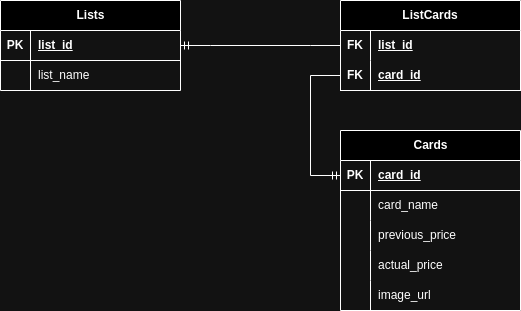
Before: database/main/Main database diagram.png, a diagram exported from draw.io (typsoon/MTGspot-scrapper). Source tidied: cells renumbered, new cells last; positions are measured from the earlier drawing's top-left corner, leaving out a move shared by most shapes.
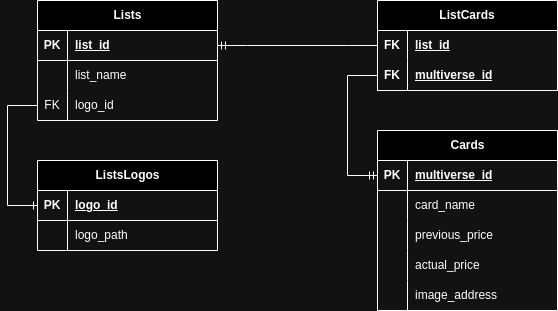
The same file after the commit.

Change to the diagram source:
```diff
@@ -3,7 +3,7 @@
     <mxCell id="0" />
     <mxCell id="1" parent="0" />
     <mxCell id="2" value="Lists" style="shape=table;startSize=30;rowLines=0;fontStyle=1;align=center;html=1;" parent="1" vertex="1">
-      <mxGeometry width="180" height="90" as="geometry" />
+      <mxGeometry width="180" height="120" as="geometry" />
     </mxCell>
     <mxCell id="3" style="shape=tableRow;horizontal=0;startSize=0;swimlaneHead=0;swimlaneBody=0;fillColor=none;points=[[0,0.5],[1,0.5]];portConstraint=eastwest;top=0;left=0;right=0;bottom=1;" parent="2" vertex="1">
       <mxGeometry y="30" width="180" height="30" as="geometry" />
@@ -23,6 +23,15 @@
     <mxCell id="8" value="list_name" style="shape=partialRectangle;fillColor=none;top=0;left=0;bottom=0;right=0;align=left;spacingLeft=6;overflow=hidden;whiteSpace=wrap;html=1;" parent="6" vertex="1">
       <mxGeometry x="30" width="150" height="30" as="geometry" />
     </mxCell>
+    <mxCell id="34" style="shape=tableRow;horizontal=0;startSize=0;swimlaneHead=0;swimlaneBody=0;fillColor=none;points=[[0,0.5],[1,0.5]];portConstraint=eastwest;top=0;left=0;right=0;bottom=0;" parent="2" vertex="1">
+      <mxGeometry y="90" width="180" height="30" as="geometry" />
+    </mxCell>
+    <mxCell id="35" value="FK" style="shape=partialRectangle;fillColor=none;top=0;left=0;bottom=0;right=0;overflow=hidden;whiteSpace=wrap;html=1;" parent="34" vertex="1">
+      <mxGeometry width="30" height="30" as="geometry" />
+    </mxCell>
+    <mxCell id="36" value="logo_id" style="shape=partialRectangle;fillColor=none;top=0;left=0;bottom=0;right=0;align=left;spacingLeft=6;overflow=hidden;whiteSpace=wrap;html=1;" parent="34" vertex="1">
+      <mxGeometry x="30" width="150" height="30" as="geometry" />
+    </mxCell>
     <mxCell id="9" value="ListCards" style="shape=table;startSize=30;rowLines=0;fontStyle=1;align=center;html=1;whiteSpace=wrap;" parent="1" vertex="1">
       <mxGeometry x="340" width="180" height="90" as="geometry" />
     </mxCell>
@@ -41,7 +50,7 @@
     <mxCell id="14" value="FK" style="shape=partialRectangle;fillColor=none;top=0;left=0;bottom=0;right=0;fontStyle=1;overflow=hidden;html=1;whiteSpace=wrap;" parent="13" vertex="1">
       <mxGeometry width="30" height="30" as="geometry" />
     </mxCell>
-    <mxCell id="15" value="card_id" style="shape=partialRectangle;fillColor=none;top=0;left=0;bottom=0;right=0;align=left;spacingLeft=6;fontStyle=5;overflow=hidden;html=1;whiteSpace=wrap;" parent="13" vertex="1">
+    <mxCell id="15" value="multiverse_id" style="shape=partialRectangle;fillColor=none;top=0;left=0;bottom=0;right=0;align=left;spacingLeft=6;fontStyle=5;overflow=hidden;html=1;whiteSpace=wrap;" parent="13" vertex="1">
       <mxGeometry x="30" width="150" height="30" as="geometry" />
     </mxCell>
     <mxCell id="16" value="Cards" style="shape=table;startSize=30;rowLines=0;fontStyle=1;align=center;html=1;" parent="1" vertex="1">
@@ -53,7 +62,7 @@
     <mxCell id="18" value="PK" style="shape=partialRectangle;fillColor=none;top=0;left=0;bottom=0;right=0;fontStyle=1;overflow=hidden;whiteSpace=wrap;html=1;" parent="17" vertex="1">
       <mxGeometry width="30" height="30" as="geometry" />
     </mxCell>
-    <mxCell id="19" value="card_id" style="shape=partialRectangle;fillColor=none;top=0;left=0;bottom=0;right=0;align=left;spacingLeft=6;fontStyle=5;overflow=hidden;whiteSpace=wrap;html=1;" parent="17" vertex="1">
+    <mxCell id="19" value="multiverse_id" style="shape=partialRectangle;fillColor=none;top=0;left=0;bottom=0;right=0;align=left;spacingLeft=6;fontStyle=5;overflow=hidden;whiteSpace=wrap;html=1;" parent="17" vertex="1">
       <mxGeometry x="30" width="150" height="30" as="geometry" />
     </mxCell>
     <mxCell id="20" style="shape=tableRow;horizontal=0;startSize=0;swimlaneHead=0;swimlaneBody=0;fillColor=none;top=0;left=0;right=0;bottom=0;" parent="16" vertex="1">
@@ -89,7 +98,7 @@
     <mxCell id="30" style="shape=partialRectangle;fillColor=none;top=0;left=0;bottom=0;right=0;overflow=hidden;whiteSpace=wrap;html=1;" parent="29" vertex="1">
       <mxGeometry width="30" height="30" as="geometry" />
     </mxCell>
-    <mxCell id="31" value="image_url" style="shape=partialRectangle;fillColor=none;top=0;left=0;bottom=0;right=0;align=left;spacingLeft=6;overflow=hidden;whiteSpace=wrap;html=1;" parent="29" vertex="1">
+    <mxCell id="31" value="image_address" style="shape=partialRectangle;fillColor=none;top=0;left=0;bottom=0;right=0;align=left;spacingLeft=6;overflow=hidden;whiteSpace=wrap;html=1;" parent="29" vertex="1">
       <mxGeometry x="30" width="150" height="30" as="geometry" />
     </mxCell>
     <mxCell id="32" style="edgeStyle=elbowEdgeStyle;fontSize=12;html=1;endArrow=ERmandOne;rounded=0;entryX=0;entryY=0.5;entryDx=0;entryDy=0;exitX=0;exitY=0.5;exitDx=0;exitDy=0;" parent="1" edge="1" source="13" target="17">
@@ -102,5 +111,34 @@
     <mxCell id="33" style="edgeStyle=entityRelationEdgeStyle;fontSize=12;html=1;endArrow=ERmandOne;rounded=0;entryX=1;entryY=0.5;entryDx=0;entryDy=0;exitX=0;exitY=0.5;exitDx=0;exitDy=0;" parent="1" edge="1" source="10" target="3">
       <mxGeometry relative="1" as="geometry" />
     </mxCell>
+    <mxCell id="37" value="ListsL&lt;span style=&quot;background-color: initial;&quot;&gt;ogos&lt;/span&gt;" style="shape=table;startSize=30;rowLines=0;fontStyle=1;align=center;html=1;" parent="1" vertex="1">
+      <mxGeometry y="160" width="180" height="90" as="geometry" />
+    </mxCell>
+    <mxCell id="38" style="shape=tableRow;horizontal=0;startSize=0;swimlaneHead=0;swimlaneBody=0;fillColor=none;points=[[0,0.5],[1,0.5]];portConstraint=eastwest;top=0;left=0;right=0;bottom=1;" parent="37" vertex="1">
+      <mxGeometry y="30" width="180" height="30" as="geometry" />
+    </mxCell>
+    <mxCell id="39" value="PK" style="shape=partialRectangle;fillColor=none;top=0;left=0;bottom=0;right=0;fontStyle=1;overflow=hidden;whiteSpace=wrap;html=1;" parent="38" vertex="1">
+      <mxGeometry width="30" height="30" as="geometry" />
+    </mxCell>
+    <mxCell id="40" value="logo_id" style="shape=partialRectangle;fillColor=none;top=0;left=0;bottom=0;right=0;align=left;spacingLeft=6;fontStyle=5;overflow=hidden;whiteSpace=wrap;html=1;" parent="38" vertex="1">
+      <mxGeometry x="30" width="150" height="30" as="geometry" />
+    </mxCell>
+    <mxCell id="41" style="shape=tableRow;horizontal=0;startSize=0;swimlaneHead=0;swimlaneBody=0;fillColor=none;top=0;left=0;right=0;bottom=0;" parent="37" vertex="1">
+      <mxGeometry y="60" width="180" height="30" as="geometry" />
+    </mxCell>
+    <mxCell id="42" style="shape=partialRectangle;fillColor=none;top=0;left=0;bottom=0;right=0;overflow=hidden;whiteSpace=wrap;html=1;" parent="41" vertex="1">
+      <mxGeometry width="30" height="30" as="geometry" />
+    </mxCell>
+    <mxCell id="43" value="logo_path" style="shape=partialRectangle;fillColor=none;top=0;left=0;bottom=0;right=0;align=left;spacingLeft=6;overflow=hidden;whiteSpace=wrap;html=1;" parent="41" vertex="1">
+      <mxGeometry x="30" width="150" height="30" as="geometry" />
+    </mxCell>
+    <mxCell id="44" style="fontSize=12;html=1;endArrow=ERone;endFill=1;rounded=0;entryX=0;entryY=0.5;entryDx=0;entryDy=0;exitX=0;exitY=0.5;exitDx=0;exitDy=0;edgeStyle=orthogonalEdgeStyle;" parent="1" edge="1" source="34" target="38">
+      <mxGeometry relative="1" as="geometry">
+        <Array as="points">
+          <mxPoint x="-30" y="105" />
+          <mxPoint x="-30" y="205" />
+        </Array>
+      </mxGeometry>
+    </mxCell>
   </root>
 </mxGraphModel>
```
